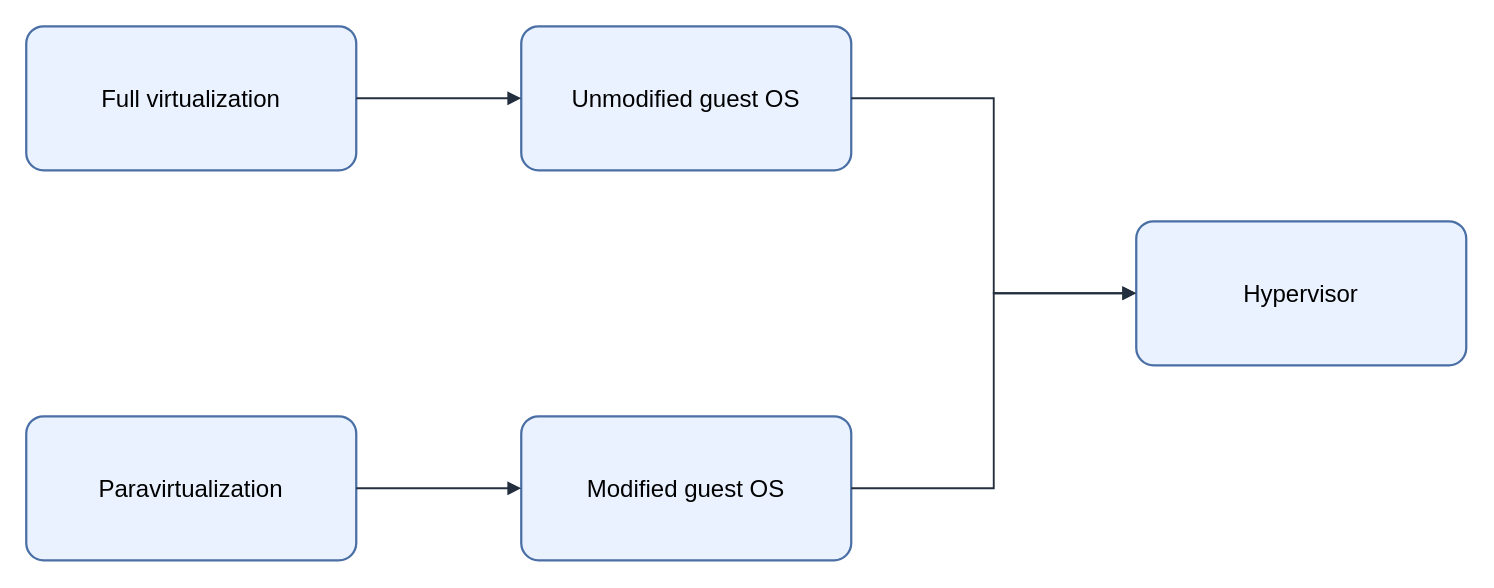
Before: assets/img/virtualization/full-para-virtualization.drawio in KKamJi98/kkamji98.github.io, a draw.io diagram. Source tidied: cells renumbered, new cells numbered last; positions are measured from the earlier drawing's top-left corner, leaving out a move shared by most shapes. Both pictures are drawn from the tidied source at 150%, with x=0, y=0 at pixel (26, 26).
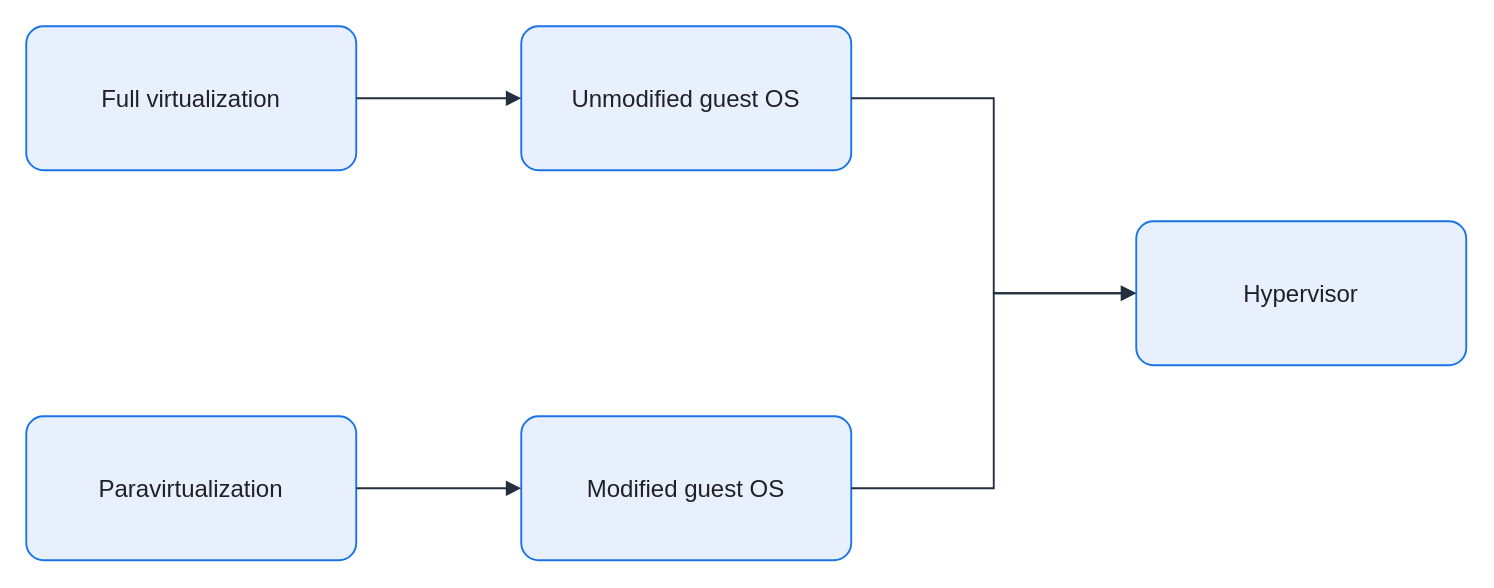
Above is the later version.

Change to the diagram source:
```diff
@@
 <mxGraphModel background="#FFFFFF">
   <root>
     <mxCell id="0" />
     <mxCell id="1" parent="0" />
-    <mxCell id="2" value="Full virtualization" style="rounded=1;arcSize=12;whiteSpace=wrap;html=0;fillColor=#EAF2FF;strokeColor=#4A6FA5;strokeWidth=1.5;fontColor=#000000;fontSize=16;align=center;verticalAlign=middle;spacing=8;shadow=0;" parent="1" vertex="1">
+    <mxCell id="2" value="Full virtualization" style="rounded=1;arcSize=12;whiteSpace=wrap;html=0;fillColor=#E8F0FE;strokeColor=#1A73E8;strokeWidth=1.25;fontColor=#202124;fontSize=16;align=center;verticalAlign=middle;spacing=8;shadow=0;" parent="1" vertex="1">
       <mxGeometry width="220" height="96" as="geometry" />
     </mxCell>
-    <mxCell id="3" value="Unmodified guest OS" style="rounded=1;arcSize=12;whiteSpace=wrap;html=0;fillColor=#EAF2FF;strokeColor=#4A6FA5;strokeWidth=1.5;fontColor=#000000;fontSize=16;align=center;verticalAlign=middle;spacing=8;shadow=0;" parent="1" vertex="1">
+    <mxCell id="3" value="Unmodified guest OS" style="rounded=1;arcSize=12;whiteSpace=wrap;html=0;fillColor=#E8F0FE;strokeColor=#1A73E8;strokeWidth=1.25;fontColor=#202124;fontSize=16;align=center;verticalAlign=middle;spacing=8;shadow=0;" parent="1" vertex="1">
       <mxGeometry x="330" width="220" height="96" as="geometry" />
     </mxCell>
-    <mxCell id="4" value="Paravirtualization" style="rounded=1;arcSize=12;whiteSpace=wrap;html=0;fillColor=#EAF2FF;strokeColor=#4A6FA5;strokeWidth=1.5;fontColor=#000000;fontSize=16;align=center;verticalAlign=middle;spacing=8;shadow=0;" parent="1" vertex="1">
+    <mxCell id="4" value="Paravirtualization" style="rounded=1;arcSize=12;whiteSpace=wrap;html=0;fillColor=#E8F0FE;strokeColor=#1A73E8;strokeWidth=1.25;fontColor=#202124;fontSize=16;align=center;verticalAlign=middle;spacing=8;shadow=0;" parent="1" vertex="1">
       <mxGeometry y="260" width="220" height="96" as="geometry" />
     </mxCell>
-    <mxCell id="5" value="Modified guest OS" style="rounded=1;arcSize=12;whiteSpace=wrap;html=0;fillColor=#EAF2FF;strokeColor=#4A6FA5;strokeWidth=1.5;fontColor=#000000;fontSize=16;align=center;verticalAlign=middle;spacing=8;shadow=0;" parent="1" vertex="1">
+    <mxCell id="5" value="Modified guest OS" style="rounded=1;arcSize=12;whiteSpace=wrap;html=0;fillColor=#E8F0FE;strokeColor=#1A73E8;strokeWidth=1.25;fontColor=#202124;fontSize=16;align=center;verticalAlign=middle;spacing=8;shadow=0;" parent="1" vertex="1">
       <mxGeometry x="330" y="260" width="220" height="96" as="geometry" />
     </mxCell>
-    <mxCell id="6" value="Hypervisor" style="rounded=1;arcSize=12;whiteSpace=wrap;html=0;fillColor=#EAF2FF;strokeColor=#4A6FA5;strokeWidth=1.5;fontColor=#000000;fontSize=16;align=center;verticalAlign=middle;spacing=8;shadow=0;" parent="1" vertex="1">
+    <mxCell id="6" value="Hypervisor" style="rounded=1;arcSize=12;whiteSpace=wrap;html=0;fillColor=#E8F0FE;strokeColor=#1A73E8;strokeWidth=1.25;fontColor=#202124;fontSize=16;align=center;verticalAlign=middle;spacing=8;shadow=0;" parent="1" vertex="1">
       <mxGeometry x="740" y="130" width="220" height="96" as="geometry" />
     </mxCell>
-    <mxCell id="7" style="edgeStyle=orthogonalEdgeStyle;rounded=0;jettySize=auto;html=0;endArrow=block;endFill=1;strokeColor=#232F3E;strokeWidth=1.25;fontColor=#000000;labelBackgroundColor=none;exitX=1;exitY=0.5;exitDx=0;exitDy=0;entryX=0;entryY=0.5;entryDx=0;entryDy=0;" parent="1" edge="1" source="2" target="3">
+    <mxCell id="7" style="edgeStyle=orthogonalEdgeStyle;rounded=0;jettySize=auto;html=0;endArrow=block;endFill=1;strokeColor=#232F3E;strokeWidth=1.25;fontColor=#202124;labelBackgroundColor=none;exitX=1;exitY=0.5;exitDx=0;exitDy=0;entryX=0;entryY=0.5;entryDx=0;entryDy=0;endSize=7;" parent="1" edge="1" source="2" target="3">
       <mxGeometry relative="1" as="geometry" />
     </mxCell>
-    <mxCell id="8" style="edgeStyle=orthogonalEdgeStyle;rounded=0;jettySize=auto;html=0;endArrow=block;endFill=1;strokeColor=#232F3E;strokeWidth=1.25;fontColor=#000000;labelBackgroundColor=none;exitX=1;exitY=0.5;exitDx=0;exitDy=0;entryX=0;entryY=0.5;entryDx=0;entryDy=0;" parent="1" edge="1" source="4" target="5">
+    <mxCell id="8" style="edgeStyle=orthogonalEdgeStyle;rounded=0;jettySize=auto;html=0;endArrow=block;endFill=1;strokeColor=#232F3E;strokeWidth=1.25;fontColor=#202124;labelBackgroundColor=none;exitX=1;exitY=0.5;exitDx=0;exitDy=0;entryX=0;entryY=0.5;entryDx=0;entryDy=0;endSize=7;" parent="1" edge="1" source="4" target="5">
       <mxGeometry relative="1" as="geometry" />
     </mxCell>
-    <mxCell id="9" style="edgeStyle=orthogonalEdgeStyle;rounded=0;jettySize=auto;html=0;endArrow=block;endFill=1;strokeColor=#232F3E;strokeWidth=1.25;fontColor=#000000;labelBackgroundColor=none;exitX=1;exitY=0.5;exitDx=0;exitDy=0;entryX=0;entryY=0.5;entryDx=0;entryDy=0;" parent="1" edge="1" source="3" target="6">
+    <mxCell id="9" style="edgeStyle=orthogonalEdgeStyle;rounded=0;jettySize=auto;html=0;endArrow=block;endFill=1;strokeColor=#232F3E;strokeWidth=1.25;fontColor=#202124;labelBackgroundColor=none;exitX=1;exitY=0.5;exitDx=0;exitDy=0;entryX=0;entryY=0.5;entryDx=0;entryDy=0;endSize=7;" parent="1" edge="1" source="3" target="6">
       <mxGeometry relative="1" as="geometry" />
     </mxCell>
-    <mxCell id="10" style="edgeStyle=orthogonalEdgeStyle;rounded=0;jettySize=auto;html=0;endArrow=block;endFill=1;strokeColor=#232F3E;strokeWidth=1.25;fontColor=#000000;labelBackgroundColor=none;exitX=1;exitY=0.5;exitDx=0;exitDy=0;entryX=0;entryY=0.5;entryDx=0;entryDy=0;" parent="1" edge="1" source="5" target="6">
+    <mxCell id="10" style="edgeStyle=orthogonalEdgeStyle;rounded=0;jettySize=auto;html=0;endArrow=block;endFill=1;strokeColor=#232F3E;strokeWidth=1.25;fontColor=#202124;labelBackgroundColor=none;exitX=1;exitY=0.5;exitDx=0;exitDy=0;entryX=0;entryY=0.5;entryDx=0;entryDy=0;endSize=7;" parent="1" edge="1" source="5" target="6">
       <mxGeometry relative="1" as="geometry" />
     </mxCell>
   </root>
 </mxGraphModel>
```
